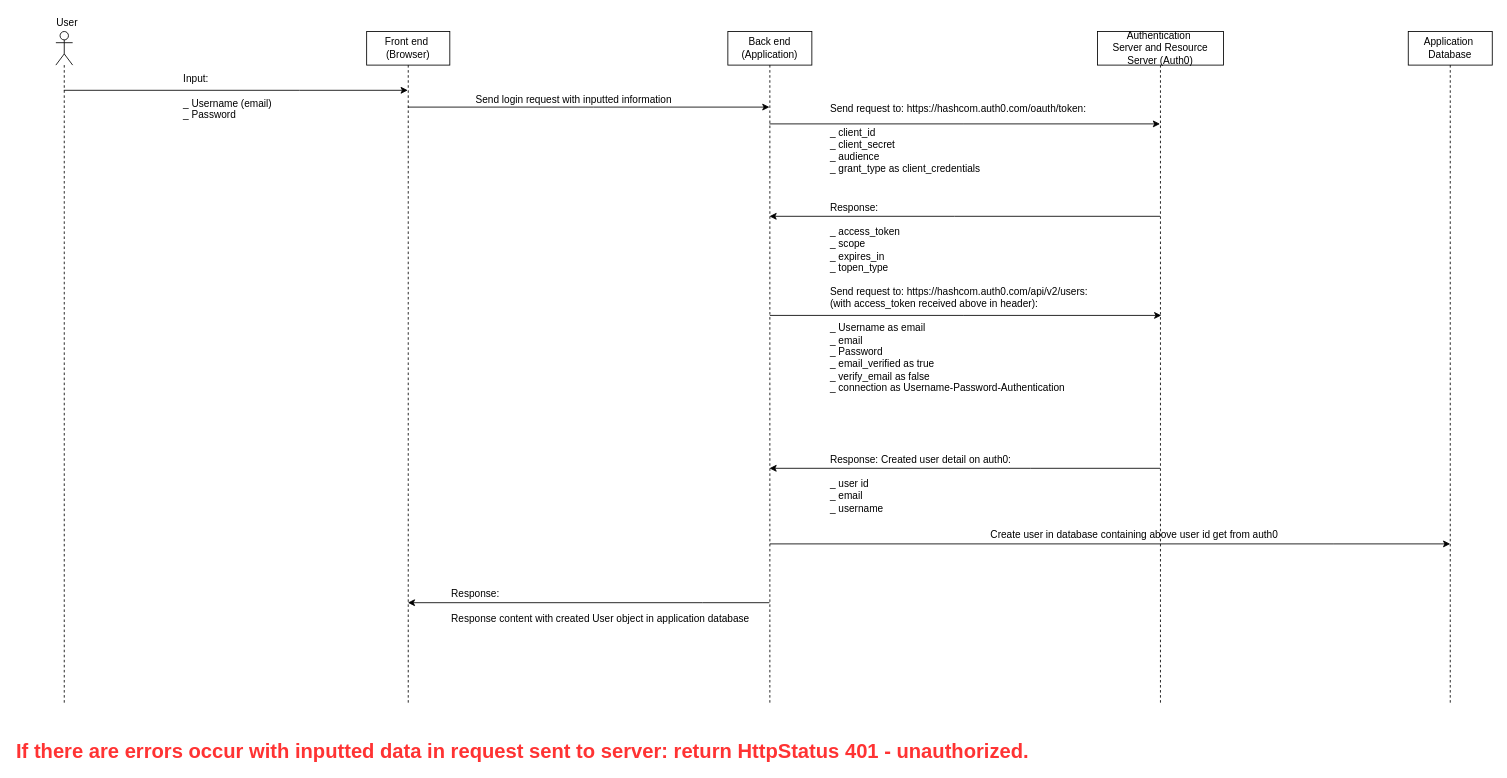
The draw.io diagram register.drawio in quocq6hcm/HeHeHe, before the edit. Source tidied: cells renumbered, new cells numbered last; positions are measured from the earlier drawing's top-left corner, leaving out a move shared by most shapes. Both pictures are drawn from the tidied source at 84%, with x=0, y=0 at pixel (14, 14).
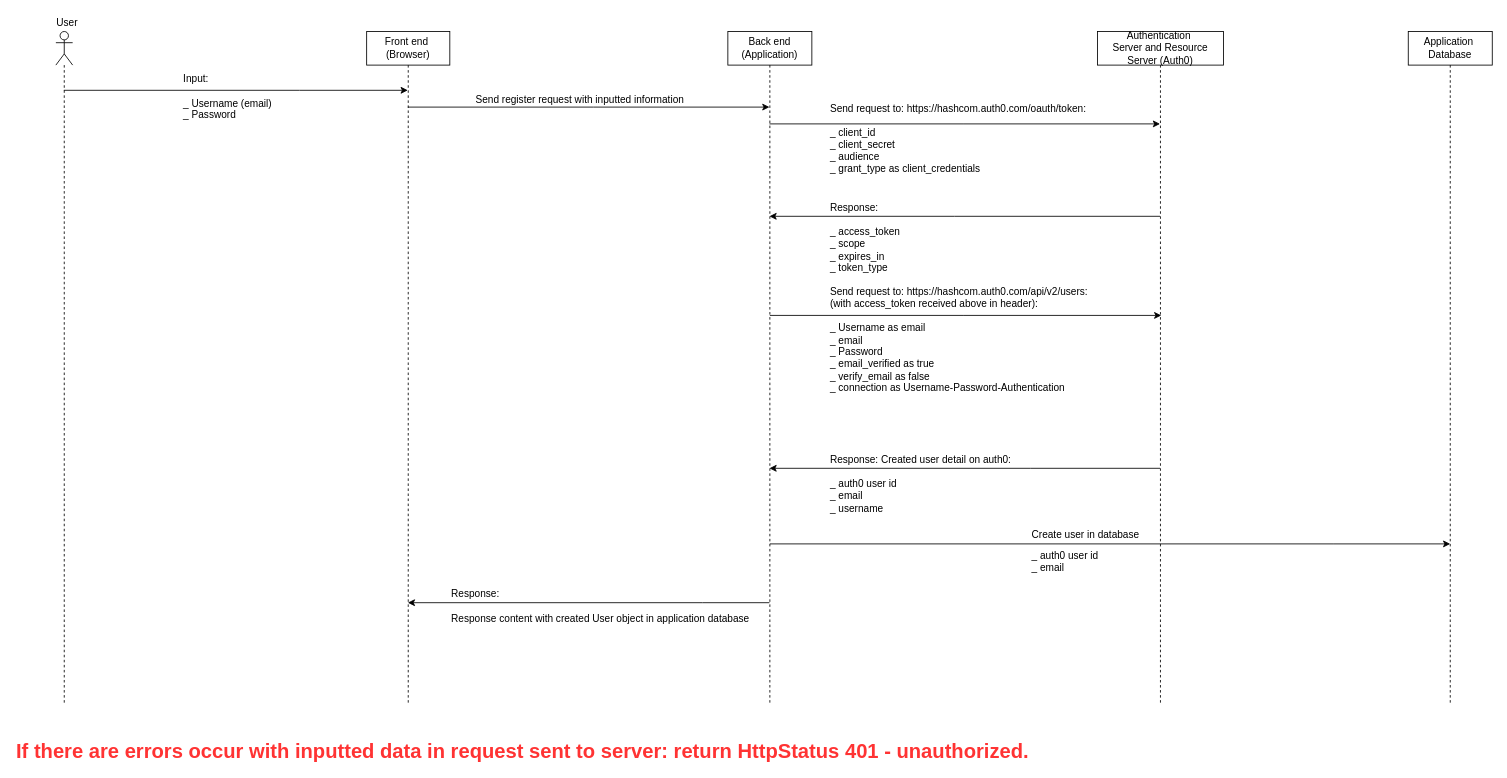
The same page after the edit.

Diff of the diagram source:
```diff
@@
-    <mxCell id="13" value="Send login request with inputted information&lt;br&gt;" style="text;html=1;align=left;verticalAlign=top;spacingTop=-4;" parent="1" vertex="1">
-      <mxGeometry x="547" y="92" width="250" height="20" as="geometry" />
+    <mxCell id="13" value="Send register request with inputted information&lt;br&gt;" style="text;html=1;align=left;verticalAlign=top;spacingTop=-4;" parent="1" vertex="1">
+      <mxGeometry x="547" y="92" width="260" height="20" as="geometry" />
     </mxCell>
-    <mxCell id="14" value="Response: Created user detail on auth0:&lt;br&gt;&lt;br&gt;_ user id&lt;br&gt;_ email&lt;br&gt;_ username&lt;br&gt;&lt;br&gt;" style="text;html=1;align=left;verticalAlign=top;spacingTop=-4;" parent="1" vertex="1">
+    <mxCell id="14" value="Response: Created user detail on auth0:&lt;br&gt;&lt;br&gt;_ auth0 user id&lt;br&gt;_ email&lt;br&gt;_ username&lt;br&gt;&lt;br&gt;" style="text;html=1;align=left;verticalAlign=top;spacingTop=-4;" parent="1" vertex="1">
       <mxGeometry x="969" y="520" width="230" height="90" as="geometry" />
     </mxCell>
@@
-    <mxCell id="18" value="Response:&lt;br&gt;&lt;br&gt;_ access_token&lt;br&gt;_ scope&lt;br&gt;_ expires_in&lt;br&gt;_ topen_type&lt;br&gt;" style="text;html=1;align=left;verticalAlign=top;spacingTop=-4;" parent="1" vertex="1">
+    <mxCell id="18" value="Response:&lt;br&gt;&lt;br&gt;_ access_token&lt;br&gt;_ scope&lt;br&gt;_ expires_in&lt;br&gt;_ token_type&lt;br&gt;" style="text;html=1;align=left;verticalAlign=top;spacingTop=-4;" parent="1" vertex="1">
       <mxGeometry x="969" y="220" width="100" height="90" as="geometry" />
     </mxCell>
@@
-    <mxCell id="22" value="Create user in database containing above user id get from auth0&lt;br&gt;" style="text;html=1;align=left;verticalAlign=top;spacingTop=-4;" parent="1" vertex="1">
-      <mxGeometry x="1159.5" y="610" width="360" height="20" as="geometry" />
+    <mxCell id="22" value="Create user in database&amp;nbsp;&lt;br&gt;" style="text;html=1;align=left;verticalAlign=top;spacingTop=-4;" parent="1" vertex="1">
+      <mxGeometry x="1209" y="610" width="150" height="20" as="geometry" />
     </mxCell>
@@
+    <mxCell id="25" value="_ auth0 user id&lt;br&gt;_ email&lt;br&gt;" style="text;html=1;align=left;verticalAlign=top;spacingTop=-4;" parent="1" vertex="1">
+      <mxGeometry x="1209" y="635" width="90" height="30" as="geometry" />
+    </mxCell>
```
